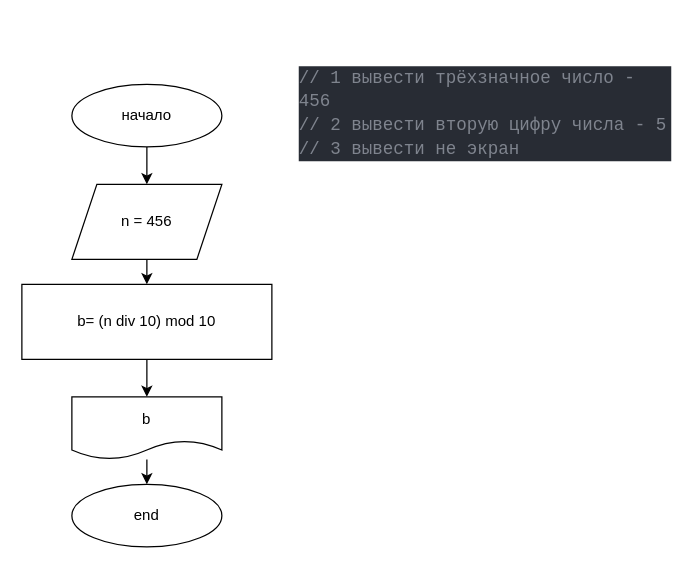
Above: task10/10.drawio in AlsuShaM/HomeWork2 (draw.io), before the change. Source tidied: cells renumbered, new cells numbered last; positions are measured from the earlier drawing's top-left corner, leaving out a move shared by most shapes. Both pictures are drawn from the tidied source at 125%, with x=0, y=0 at pixel (21, 21).
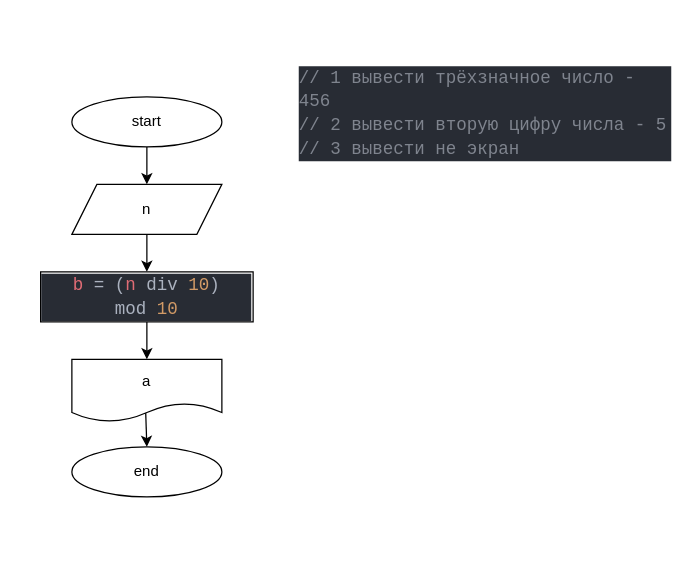
After the change.

The edit, as a diff of the source:
```diff
@@
 <mxGraphModel>
   <root>
     <mxCell id="0" />
     <mxCell id="1" parent="0" />
     <mxCell id="2" style="edgeStyle=none;html=1;" parent="1" edge="1" source="3" target="5">
       <mxGeometry relative="1" as="geometry" />
     </mxCell>
-    <mxCell id="3" value="начало" style="ellipse;whiteSpace=wrap;html=1;" parent="1" vertex="1">
-      <mxGeometry x="40" y="50" width="120" height="50" as="geometry" />
+    <mxCell id="3" value="start" style="ellipse;whiteSpace=wrap;html=1;" parent="1" vertex="1">
+      <mxGeometry x="40" y="60" width="120" height="40" as="geometry" />
     </mxCell>
-    <mxCell id="4" style="edgeStyle=none;html=1;" parent="1" edge="1" source="5" target="8">
-      <mxGeometry relative="1" as="geometry" />
-    </mxCell>
+    <mxCell id="10" style="edgeStyle=none;html=1;" parent="1" edge="1" source="5" target="4">
+      <mxGeometry relative="1" as="geometry" />
+    </mxCell>
-    <mxCell id="5" value="n = 456" style="shape=parallelogram;perimeter=parallelogramPerimeter;whiteSpace=wrap;html=1;fixedSize=1;" parent="1" vertex="1">
-      <mxGeometry x="40" y="130" width="120" height="60" as="geometry" />
+    <mxCell id="5" value="n" style="shape=parallelogram;perimeter=parallelogramPerimeter;whiteSpace=wrap;html=1;fixedSize=1;" parent="1" vertex="1">
+      <mxGeometry x="40" y="130" width="120" height="40" as="geometry" />
     </mxCell>
     <mxCell id="6" value="&lt;br&gt;&lt;br&gt;&lt;div style=&quot;color: rgb(171 , 178 , 191) ; background-color: rgb(40 , 44 , 52) ; font-family: &amp;#34;consolas&amp;#34; , &amp;#34;courier new&amp;#34; , monospace ; font-weight: normal ; font-size: 14px ; line-height: 19px&quot;&gt;&lt;div&gt;&lt;span style=&quot;color: #7f848e&quot;&gt;// 1 вывести трёхзначное число - 456&lt;/span&gt;&lt;/div&gt;&lt;div&gt;&lt;span style=&quot;color: #7f848e&quot;&gt;// 2 вывести вторую цифру числа - 5&lt;/span&gt;&lt;/div&gt;&lt;div&gt;&lt;span style=&quot;color: #7f848e&quot;&gt;// 3&amp;nbsp;&lt;/span&gt;&lt;span style=&quot;color: rgb(127 , 132 , 142)&quot;&gt;вывести не экран&lt;/span&gt;&lt;/div&gt;&lt;/div&gt;&lt;br&gt;" style="text;whiteSpace=wrap;html=1;" parent="1" vertex="1">
       <mxGeometry x="220" width="300" height="90" as="geometry" />
     </mxCell>
+    <mxCell id="11" style="edgeStyle=none;html=1;" parent="1" edge="1" source="4" target="7">
+      <mxGeometry relative="1" as="geometry" />
+    </mxCell>
+    <mxCell id="4" value="&lt;div style=&quot;color: rgb(171 , 178 , 191) ; background-color: rgb(40 , 44 , 52) ; font-family: &amp;#34;consolas&amp;#34; , &amp;#34;courier new&amp;#34; , monospace ; font-size: 14px ; line-height: 19px&quot;&gt;&lt;span style=&quot;color: #e06c75&quot;&gt;b&lt;/span&gt; = (&lt;span style=&quot;color: #e06c75&quot;&gt;n&lt;/span&gt;&amp;nbsp;div&amp;nbsp;&lt;span style=&quot;color: #d19a66&quot;&gt;10&lt;/span&gt;) mod&amp;nbsp;&lt;span style=&quot;color: #d19a66&quot;&gt;10&lt;/span&gt;&lt;/div&gt;" style="whiteSpace=wrap;html=1;" parent="1" vertex="1">
+      <mxGeometry x="15" y="200" width="170" height="40" as="geometry" />
+    </mxCell>
+    <mxCell id="12" style="edgeStyle=none;html=1;exitX=0.492;exitY=0.84;exitDx=0;exitDy=0;exitPerimeter=0;" parent="1" edge="1" source="7" target="13">
+      <mxGeometry relative="1" as="geometry" />
+    </mxCell>
-    <mxCell id="7" style="edgeStyle=none;html=1;" parent="1" edge="1" source="8" target="10">
-      <mxGeometry relative="1" as="geometry" />
+    <mxCell id="7" value="a" style="shape=document;whiteSpace=wrap;html=1;boundedLbl=1;" parent="1" vertex="1">
+      <mxGeometry x="40" y="270" width="120" height="50" as="geometry" />
     </mxCell>
-    <mxCell id="8" value="b= (n div 10) mod 10" style="whiteSpace=wrap;html=1;" parent="1" vertex="1">
-      <mxGeometry y="210" width="200" height="60" as="geometry" />
-    </mxCell>
-    <mxCell id="9" style="edgeStyle=none;html=1;" parent="1" edge="1" source="10" target="11">
-      <mxGeometry relative="1" as="geometry" />
-    </mxCell>
-    <mxCell id="10" value="b" style="shape=document;whiteSpace=wrap;html=1;boundedLbl=1;" parent="1" vertex="1">
-      <mxGeometry x="40" y="300" width="120" height="50" as="geometry" />
-    </mxCell>
-    <mxCell id="11" value="end" style="ellipse;whiteSpace=wrap;html=1;" parent="1" vertex="1">
-      <mxGeometry x="40" y="370" width="120" height="50" as="geometry" />
-    </mxCell>
+    <mxCell id="13" value="end" style="ellipse;whiteSpace=wrap;html=1;" parent="1" vertex="1">
+      <mxGeometry x="40" y="340" width="120" height="40" as="geometry" />
+    </mxCell>
   </root>
 </mxGraphModel>
```
